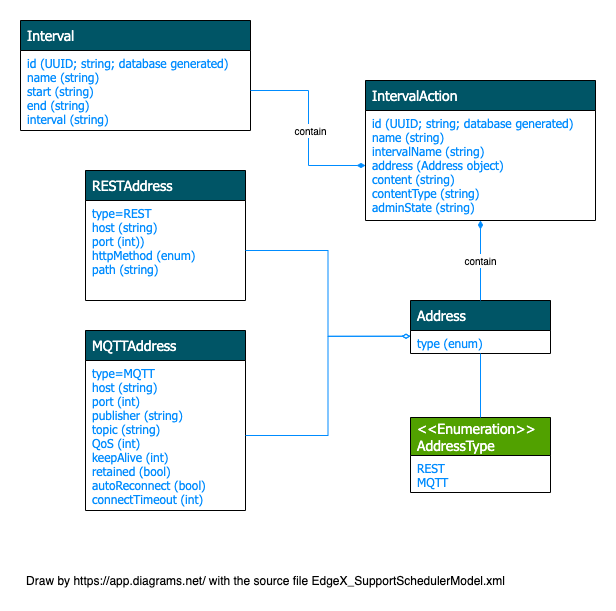
edgexfoundry/edgex-docs keeps this draw.io diagram as docs_src/microservices/support/scheduler/EdgeX_SupportSchedulerModel.png. Above is the earlier version. Source tidied: cells renumbered, new cells last; positions are measured from the earlier drawing's top-left corner, leaving out a move shared by most shapes. Its diagram source:
```xml
<mxGraphModel>
  <root>
    <mxCell id="0" />
    <mxCell id="1" parent="0" />
    <mxCell id="2" value="Interval" style="swimlane;horizontal=1;startSize=30;fontColor=#FFFFFF;rounded=0;fontSize=14;fontStyle=0;strokeWidth=1;shadow=0;dashed=0;align=left;spacingLeft=5;fillColor=#005566;fontFamily=Tahoma;" parent="1" vertex="1">
      <mxGeometry width="230" height="110" as="geometry" />
    </mxCell>
    <mxCell id="3" value="id (UUID; string; database generated)&#10;name (string)&#10;start (string)&#10;end (string)&#10;interval (string)&#10;" style="align=left;strokeColor=none;fillColor=none;spacingLeft=5;fontSize=12;verticalAlign=top;fontColor=#008CFF;labelBackgroundColor=none;fontFamily=Tahoma;" parent="2" vertex="1">
      <mxGeometry y="30" width="230" height="80" as="geometry" />
    </mxCell>
    <mxCell id="4" value="MQTTAddress" style="swimlane;horizontal=1;startSize=30;fontColor=#FFFFFF;rounded=0;fontSize=14;fontStyle=0;strokeWidth=1;shadow=0;dashed=0;align=left;spacingLeft=5;fillColor=#005566;fontFamily=Tahoma;" parent="1" vertex="1">
      <mxGeometry x="65" y="310" width="160" height="180" as="geometry" />
    </mxCell>
    <mxCell id="5" value="type=MQTT&#10;host (string)&#10;port (int)&#10;publisher (string)&#10;topic (string)&#10;QoS (int)&#10;keepAlive (int)&#10;retained (bool)&#10;autoReconnect (bool)&#10;connectTimeout (int)" style="align=left;strokeColor=none;fillColor=none;spacingLeft=5;fontSize=12;verticalAlign=top;fontColor=#008CFF;fontFamily=Tahoma;" parent="4" vertex="1">
      <mxGeometry y="30" width="160" height="150" as="geometry" />
    </mxCell>
    <mxCell id="6" value="RESTAddress" style="swimlane;horizontal=1;startSize=30;fontColor=#FFFFFF;rounded=0;fontSize=14;fontStyle=0;strokeWidth=1;shadow=0;dashed=0;align=left;spacingLeft=5;fillColor=#005566;fontFamily=Tahoma;" parent="1" vertex="1">
      <mxGeometry x="65" y="150" width="160" height="130" as="geometry" />
    </mxCell>
    <mxCell id="7" value="type=REST&#10;host (string)&#10;port (int))&#10;httpMethod (enum)&#10;path (string)" style="align=left;strokeColor=none;fillColor=none;spacingLeft=5;fontSize=12;verticalAlign=top;fontColor=#008CFF;fontFamily=Tahoma;" parent="6" vertex="1">
      <mxGeometry y="30" width="160" height="100" as="geometry" />
    </mxCell>
    <mxCell id="8" value="Address" style="swimlane;horizontal=1;startSize=30;fontColor=#FFFFFF;rounded=0;fontSize=14;fontStyle=0;strokeWidth=1;shadow=0;dashed=0;align=left;spacingLeft=5;fillColor=#005566;fontFamily=Tahoma;" parent="1" vertex="1">
      <mxGeometry x="390" y="280" width="140" height="53" as="geometry" />
    </mxCell>
    <mxCell id="9" value="type (enum)" style="align=left;strokeColor=none;fillColor=none;spacingLeft=5;fontSize=12;verticalAlign=top;fontColor=#008CFF;fontFamily=Tahoma;" parent="8" vertex="1">
      <mxGeometry y="30" width="140" height="23" as="geometry" />
    </mxCell>
    <mxCell id="10" value="&lt;&lt;Enumeration&gt;&gt;&#10;AddressType" style="swimlane;horizontal=1;startSize=38;fontColor=#FFFFFF;rounded=0;fontSize=14;fontStyle=0;strokeWidth=1;shadow=0;dashed=0;align=left;spacingLeft=5;fontFamily=Tahoma;fillColor=#51A100;" parent="1" vertex="1">
      <mxGeometry x="390" y="397" width="140" height="75" as="geometry" />
    </mxCell>
    <mxCell id="11" value="REST&#10;MQTT" style="align=left;strokeColor=none;fillColor=none;spacingLeft=5;fontSize=12;verticalAlign=top;fontColor=#008CFF;fontFamily=Tahoma;" parent="10" vertex="1">
      <mxGeometry y="38" width="140" height="37" as="geometry" />
    </mxCell>
    <mxCell id="12" style="edgeStyle=orthogonalEdgeStyle;rounded=0;jettySize=auto;html=1;exitX=0.5;exitY=0;exitDx=0;exitDy=0;entryX=0.5;entryY=1;entryDx=0;entryDy=0;endArrow=diamondThin;endFill=1;strokeColor=#008CFF;" parent="1" edge="1" source="8" target="16">
      <mxGeometry relative="1" as="geometry" />
    </mxCell>
    <mxCell id="13" value="&lt;font style=&quot;font-size: 10px&quot;&gt;contain&lt;/font&gt;" style="text;html=1;align=center;verticalAlign=middle;labelBackgroundColor=#ffffff;" parent="1" vertex="1">
      <mxGeometry x="435" y="230" width="50" height="20" as="geometry" />
    </mxCell>
    <mxCell id="14" style="endArrow=none;html=1;fontFamily=Tahoma;strokeColor=#008CFF;entryX=0.5;entryY=0;entryDx=0;entryDy=0;exitX=0.5;exitY=1;exitDx=0;exitDy=0;" parent="1" edge="1" source="9" target="10">
      <mxGeometry relative="1" as="geometry" />
    </mxCell>
    <mxCell id="15" value="IntervalAction" style="swimlane;horizontal=1;startSize=30;fontColor=#FFFFFF;rounded=0;fontSize=14;fontStyle=0;strokeWidth=1;shadow=0;dashed=0;align=left;spacingLeft=5;fillColor=#005566;fontFamily=Tahoma;" parent="1" vertex="1">
      <mxGeometry x="345" y="60" width="230" height="140" as="geometry" />
    </mxCell>
    <mxCell id="16" value="id (UUID; string; database generated)&#10;name (string)&#10;intervalName (string)&#10;address (Address object)&#10;content (string)&#10;contentType (string)&#10;adminState (string)&#10;" style="align=left;strokeColor=none;fillColor=none;spacingLeft=5;fontSize=12;verticalAlign=top;fontColor=#008CFF;labelBackgroundColor=none;fontFamily=Tahoma;" parent="15" vertex="1">
      <mxGeometry y="30" width="230" height="110" as="geometry" />
    </mxCell>
    <mxCell id="17" style="edgeStyle=orthogonalEdgeStyle;rounded=0;jettySize=auto;html=1;exitX=1;exitY=0.5;exitDx=0;exitDy=0;entryX=0;entryY=0.5;entryDx=0;entryDy=0;endArrow=diamondThin;endFill=1;strokeColor=#008CFF;" parent="1" edge="1" source="3" target="16">
      <mxGeometry relative="1" as="geometry">
        <Array as="points">
          <mxPoint x="288" y="70" />
          <mxPoint x="288" y="145" />
        </Array>
      </mxGeometry>
    </mxCell>
    <mxCell id="18" value="&lt;font style=&quot;font-size: 10px&quot;&gt;contain&lt;/font&gt;" style="text;html=1;align=center;verticalAlign=middle;labelBackgroundColor=#ffffff;" parent="1" vertex="1">
      <mxGeometry x="265" y="100" width="50" height="20" as="geometry" />
    </mxCell>
    <mxCell id="19" style="edgeStyle=orthogonalEdgeStyle;rounded=0;jettySize=auto;html=1;exitX=1;exitY=0.5;exitDx=0;exitDy=0;entryX=0;entryY=0.25;entryDx=0;entryDy=0;endArrow=diamondThin;endFill=0;strokeColor=#008CFF;" parent="1" edge="1" source="7" target="9">
      <mxGeometry relative="1" as="geometry" />
    </mxCell>
    <mxCell id="20" style="edgeStyle=orthogonalEdgeStyle;rounded=0;jettySize=auto;html=1;exitX=1;exitY=0.5;exitDx=0;exitDy=0;entryX=0;entryY=0.25;entryDx=0;entryDy=0;endArrow=diamondThin;endFill=0;strokeColor=#008CFF;" parent="1" edge="1" source="5" target="9">
      <mxGeometry relative="1" as="geometry" />
    </mxCell>
    <mxCell id="21" value="Draw by https://app.diagrams.net/ with the source file EdgeX_SupportSchedulerModel.xml" style="text;html=1;align=center;verticalAlign=middle;strokeColor=none;" parent="1" vertex="1">
      <mxGeometry y="550" width="490" height="20" as="geometry" />
    </mxCell>
  </root>
</mxGraphModel>
```
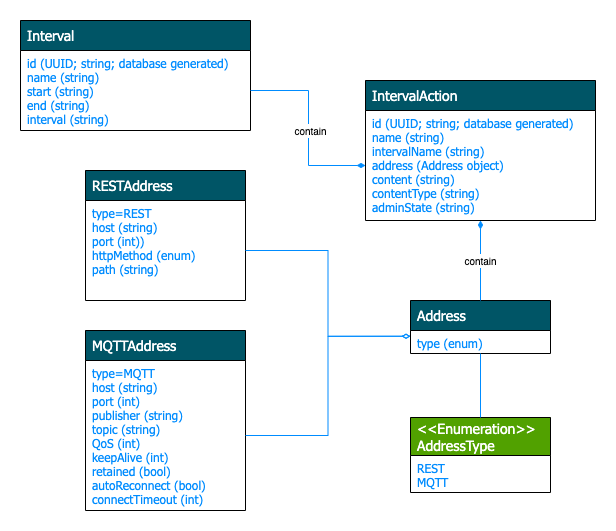
Later version of the same file.

Commit message:
fix: update the source of the Scheduler data model diagram as a link

What changed in the source:
```diff
@@ -64,8 +64,5 @@
     <mxCell id="20" style="edgeStyle=orthogonalEdgeStyle;rounded=0;jettySize=auto;html=1;exitX=1;exitY=0.5;exitDx=0;exitDy=0;entryX=0;entryY=0.25;entryDx=0;entryDy=0;endArrow=diamondThin;endFill=0;strokeColor=#008CFF;" parent="1" edge="1" source="5" target="9">
       <mxGeometry relative="1" as="geometry" />
     </mxCell>
-    <mxCell id="21" value="Draw by https://app.diagrams.net/ with the source file EdgeX_SupportSchedulerModel.xml" style="text;html=1;align=center;verticalAlign=middle;strokeColor=none;" parent="1" vertex="1">
-      <mxGeometry y="550" width="490" height="20" as="geometry" />
-    </mxCell>
   </root>
 </mxGraphModel>
```
